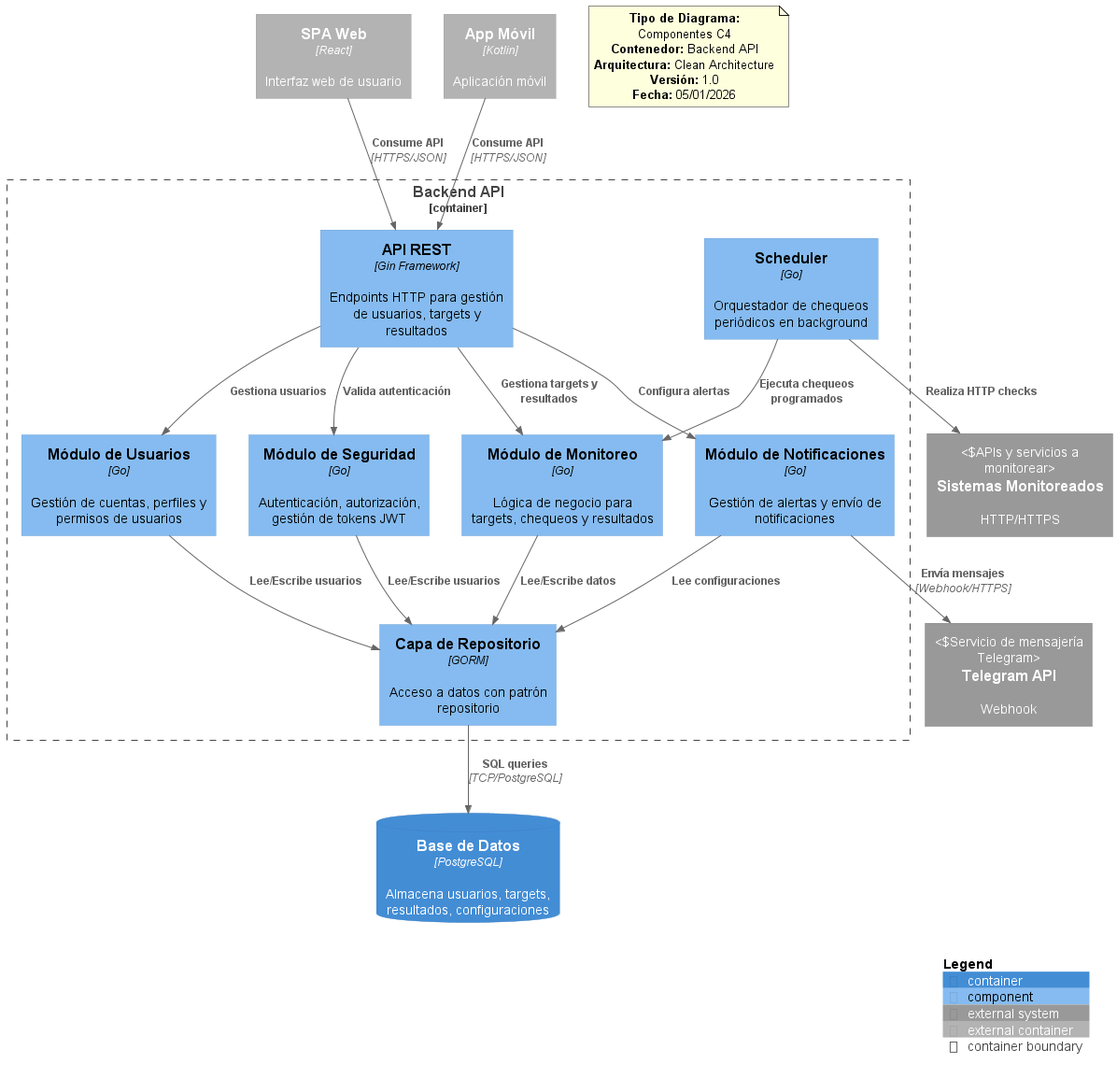
This is docs/arquitectura/diagramas/Diagrama de Componentes C4 - Backend UpTrackAI.png from DavosJar/uptrack, a PlantUML export, as it was before one commit. Source of this version:
```plantuml
@startuml Diagrama de Componentes C4 - Backend UpTrackAI
!include https://raw.githubusercontent.com/plantuml-stdlib/C4-PlantUML/master/C4_Component.puml

Container_Boundary(backend, "Backend API") {
    Component(api, "API REST", "Gin Framework", "Endpoints HTTP para gestión de usuarios, targets y resultados")

    Component(auth, "Módulo de Seguridad", "Go", "Autenticación, autorización, gestión de tokens JWT")

    Component(user, "Módulo de Usuarios", "Go", "Gestión de cuentas, perfiles y permisos de usuarios")

    Component(monitoring, "Módulo de Monitoreo", "Go", "Lógica de negocio para targets, chequeos y resultados")

    Component(notifications, "Módulo de Notificaciones", "Go", "Gestión de alertas y envío de notificaciones")

    Component(scheduler, "Scheduler", "Go", "Orquestador de chequeos periódicos en background")

    Component(repository, "Capa de Repositorio", "GORM", "Acceso a datos con patrón repositorio")
}

ContainerDb(db, "Base de Datos", "PostgreSQL", "Almacena usuarios, targets, resultados, configuraciones")

Container_Ext(spa, "SPA Web", "React", "Interfaz web de usuario")

Container_Ext(mobile, "App Móvil", "Kotlin", "Aplicación móvil")

System_Ext(telegram, "Telegram API", "Webhook", "Servicio de mensajería Telegram")

System_Ext(sistemasExternos, "Sistemas Monitoreados", "HTTP/HTTPS", "APIs y servicios a monitorear")

Rel(spa, api, "Consume API", "HTTPS/JSON")
Rel(mobile, api, "Consume API", "HTTPS/JSON")
Rel(api, auth, "Valida autenticación")
Rel(api, user, "Gestiona usuarios")
Rel(api, monitoring, "Gestiona targets y resultados")
Rel(api, notifications, "Configura alertas")
Rel(user, repository, "Lee/Escribe usuarios")
Rel(monitoring, repository, "Lee/Escribe datos")
Rel(auth, repository, "Lee/Escribe usuarios")
Rel(notifications, repository, "Lee configuraciones")
Rel(repository, db, "SQL queries", "TCP/PostgreSQL")
Rel(scheduler, monitoring, "Ejecuta chequeos programados")
Rel(scheduler, sistemasExternos, "Realiza HTTP checks")
Rel(notifications, telegram, "Envía mensajes", "Webhook/HTTPS")

note as Info
    **Tipo de Diagrama:** Componentes C4
    **Contenedor:** Backend API
    **Arquitectura:** Clean Architecture
    **Versión:** 1.0
    **Fecha:** 05/01/2026
end note

SHOW_LEGEND()

@enduml
```
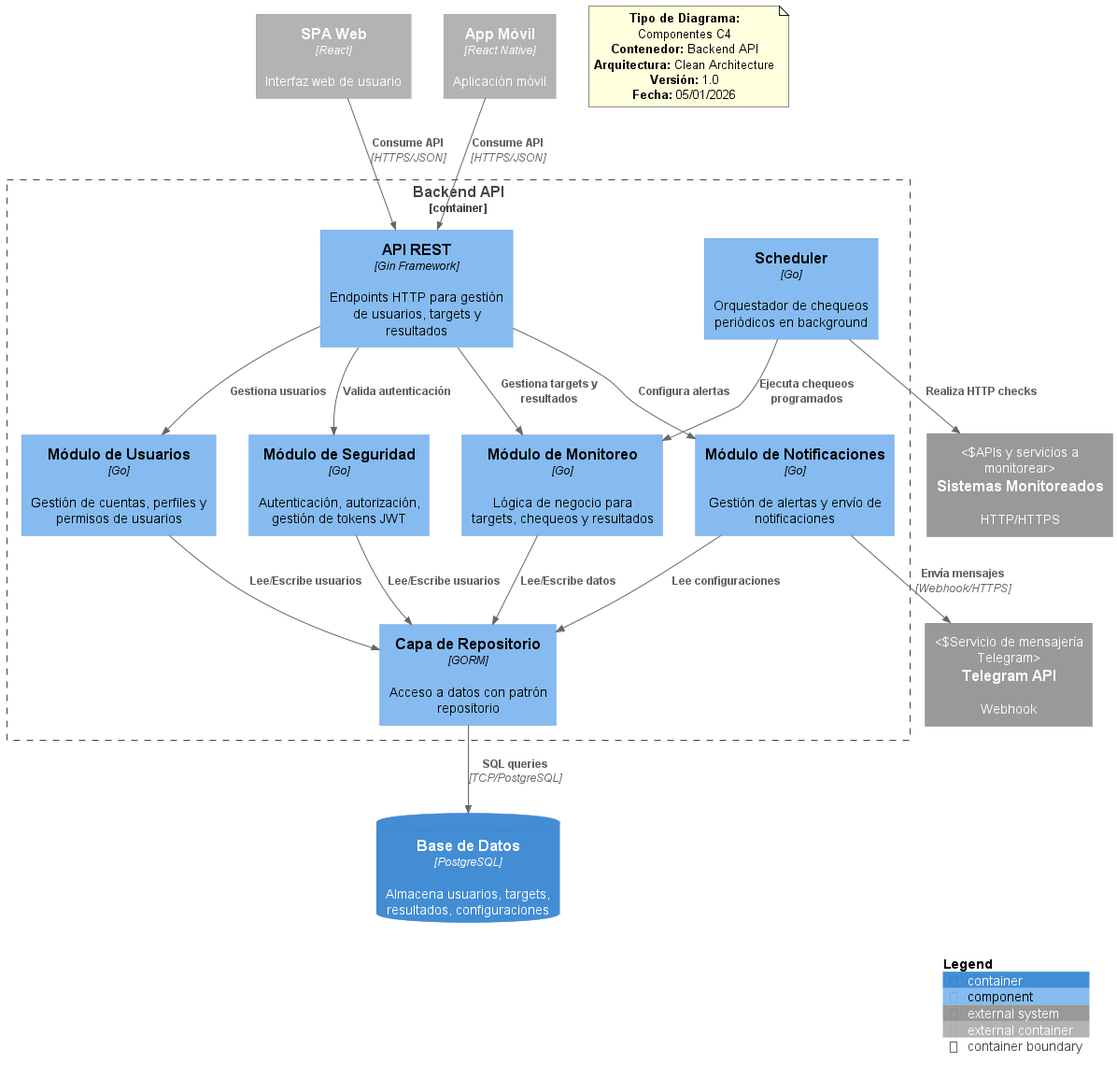
Above is the later version.

Change to the diagram source:
```diff
@@ -21,7 +21,7 @@
 
 Container_Ext(spa, "SPA Web", "React", "Interfaz web de usuario")
 
-Container_Ext(mobile, "App Móvil", "Kotlin", "Aplicación móvil")
+Container_Ext(mobile, "App Móvil", "React Native", "Aplicación móvil")
 
 System_Ext(telegram, "Telegram API", "Webhook", "Servicio de mensajería Telegram")
 
```
